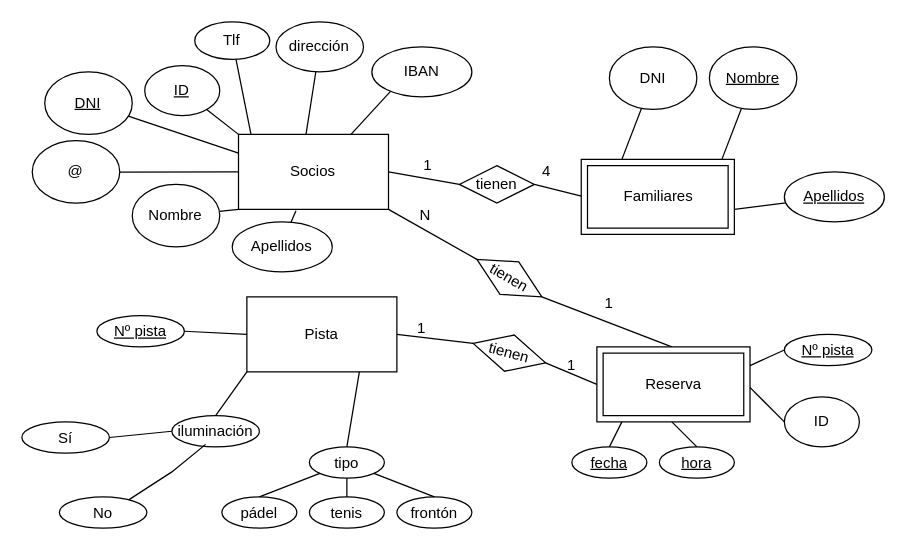
Above: Diagrama sin título.drawio in jobenmar/SolucionEjercic (draw.io), before the change. Source tidied: cells renumbered, new cells numbered last; positions are measured from the earlier drawing's top-left corner, leaving out a move shared by most shapes. Both pictures are drawn from the tidied source at 125%, with x=0, y=0 at pixel (21, 21).
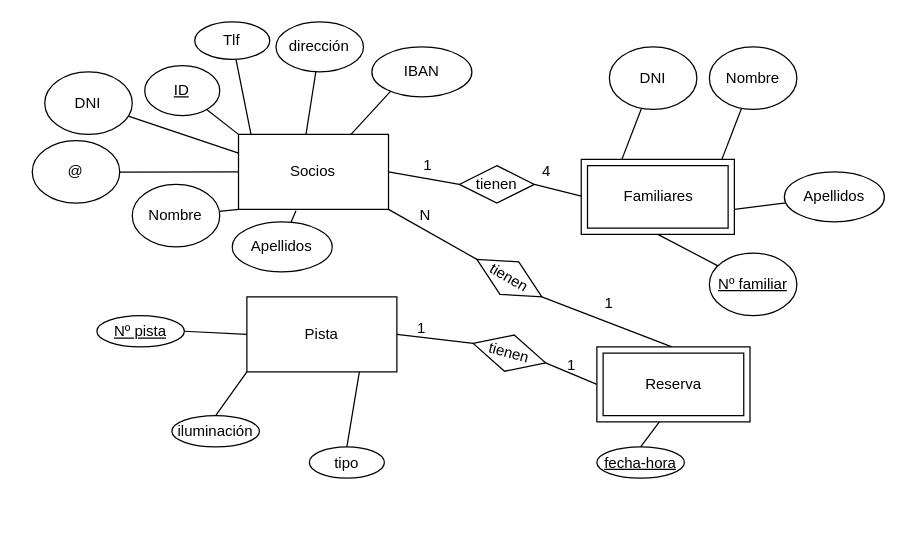
After the change.

Unchanged cells that the change refers to:
```xml
<mxCell id="28" value="tipo" style="ellipse;whiteSpace=wrap;html=1;" parent="1" vertex="1">
  <mxGeometry x="230" y="340" width="60" height="25" as="geometry" />
</mxCell>
<mxCell id="29" value="iluminación" style="ellipse;whiteSpace=wrap;html=1;" parent="1" vertex="1">
  <mxGeometry x="120" y="315" width="70" height="25" as="geometry" />
</mxCell>
<mxCell id="53" value="Familiares" style="shape=ext;margin=3;double=1;whiteSpace=wrap;html=1;align=center;" parent="1" vertex="1">
  <mxGeometry x="447.5" y="110" width="122.5" height="60" as="geometry" />
</mxCell>
<mxCell id="54" value="Reserva" style="shape=ext;margin=3;double=1;whiteSpace=wrap;html=1;align=center;" parent="1" vertex="1">
  <mxGeometry x="460" y="260" width="122.5" height="60" as="geometry" />
</mxCell>
```

Change to the diagram source:
```diff
@@
-    <mxCell id="13" value="&lt;u&gt;DNI&lt;/u&gt;" style="ellipse;whiteSpace=wrap;html=1;" parent="1" vertex="1">
+    <mxCell id="13" value="DNI" style="ellipse;whiteSpace=wrap;html=1;" parent="1" vertex="1">
       <mxGeometry x="18.3" y="40" width="70" height="50" as="geometry" />
     </mxCell>
@@
-    <mxCell id="17" value="&lt;u&gt;Nombre&lt;/u&gt;" style="ellipse;whiteSpace=wrap;html=1;" parent="1" vertex="1">
+    <mxCell id="17" value="Nombre" style="ellipse;whiteSpace=wrap;html=1;" parent="1" vertex="1">
       <mxGeometry x="550" y="20" width="70" height="50" as="geometry" />
     </mxCell>
@@
-    <mxCell id="21" value="&lt;u&gt;Apellidos&lt;/u&gt;" style="ellipse;whiteSpace=wrap;html=1;" parent="1" vertex="1">
+    <mxCell id="21" value="Apellidos" style="ellipse;whiteSpace=wrap;html=1;" parent="1" vertex="1">
       <mxGeometry x="610" y="120" width="80" height="40" as="geometry" />
     </mxCell>
@@
-    <mxCell id="35" value="&lt;u&gt;fecha&lt;/u&gt;" style="ellipse;whiteSpace=wrap;html=1;" parent="1" vertex="1">
-      <mxGeometry x="440" y="340" width="60" height="25" as="geometry" />
+    <mxCell id="35" value="&lt;u&gt;fecha-hora&lt;/u&gt;" style="ellipse;whiteSpace=wrap;html=1;" parent="1" vertex="1">
+      <mxGeometry x="460" y="340" width="70" height="25" as="geometry" />
     </mxCell>
-    <mxCell id="36" value="&lt;u&gt;hora&lt;/u&gt;" style="ellipse;whiteSpace=wrap;html=1;" parent="1" vertex="1">
-      <mxGeometry x="510" y="340" width="60" height="25" as="geometry" />
-    </mxCell>
-    <mxCell id="37" value="pádel" style="ellipse;whiteSpace=wrap;html=1;" parent="1" vertex="1">
-      <mxGeometry x="160" y="380" width="60" height="25" as="geometry" />
-    </mxCell>
-    <mxCell id="38" value="tenis" style="ellipse;whiteSpace=wrap;html=1;" parent="1" vertex="1">
-      <mxGeometry x="230" y="380" width="60" height="25" as="geometry" />
-    </mxCell>
-    <mxCell id="39" value="frontón" style="ellipse;whiteSpace=wrap;html=1;" parent="1" vertex="1">
-      <mxGeometry x="300" y="380" width="60" height="25" as="geometry" />
-    </mxCell>
-    <mxCell id="40" style="endArrow=none;html=1;rounded=0;entryX=0.5;entryY=0;entryDx=0;entryDy=0;exitX=0;exitY=1;exitDx=0;exitDy=0;" parent="1" edge="1" source="28" target="37">
-      <mxGeometry relative="1" as="geometry" />
-    </mxCell>
-    <mxCell id="41" style="endArrow=none;html=1;rounded=0;entryX=0.5;entryY=0;entryDx=0;entryDy=0;exitX=0.5;exitY=1;exitDx=0;exitDy=0;" parent="1" edge="1" source="28" target="38">
-      <mxGeometry relative="1" as="geometry" />
-    </mxCell>
-    <mxCell id="42" style="endArrow=none;html=1;rounded=0;entryX=0.5;entryY=0;entryDx=0;entryDy=0;exitX=1;exitY=1;exitDx=0;exitDy=0;" parent="1" edge="1" source="28" target="39">
-      <mxGeometry relative="1" as="geometry" />
-    </mxCell>
-    <mxCell id="43" style="endArrow=none;html=1;rounded=0;entryX=0.386;entryY=0.92;entryDx=0;entryDy=0;entryPerimeter=0;exitX=0.757;exitY=0.16;exitDx=0;exitDy=0;exitPerimeter=0;" parent="1" edge="1" source="46" target="29">
-      <mxGeometry relative="1" as="geometry">
-        <Array as="points">
-          <mxPoint x="120" y="360" />
-        </Array>
-      </mxGeometry>
-    </mxCell>
-    <mxCell id="44" style="endArrow=none;html=1;rounded=0;entryX=0;entryY=0.5;entryDx=0;entryDy=0;exitX=1;exitY=0.5;exitDx=0;exitDy=0;" parent="1" edge="1" source="45" target="29">
-      <mxGeometry relative="1" as="geometry" />
-    </mxCell>
-    <mxCell id="45" value="Sí" style="ellipse;whiteSpace=wrap;html=1;" parent="1" vertex="1">
-      <mxGeometry y="320" width="70" height="25" as="geometry" />
-    </mxCell>
-    <mxCell id="46" value="No" style="ellipse;whiteSpace=wrap;html=1;" parent="1" vertex="1">
-      <mxGeometry x="30" y="380" width="70" height="25" as="geometry" />
-    </mxCell>
@@
     <mxCell id="49" style="endArrow=none;html=1;rounded=0;entryX=0.5;entryY=0;entryDx=0;entryDy=0;" parent="1" edge="1" target="35">
       <mxGeometry relative="1" as="geometry">
-        <mxPoint x="480" y="320" as="sourcePoint" />
+        <mxPoint x="510" y="320" as="sourcePoint" />
       </mxGeometry>
     </mxCell>
-    <mxCell id="50" style="endArrow=none;html=1;rounded=0;entryX=0.5;entryY=1;entryDx=0;entryDy=0;exitX=0.5;exitY=0;exitDx=0;exitDy=0;" parent="1" edge="1" source="36">
-      <mxGeometry relative="1" as="geometry">
-        <mxPoint x="520" y="320" as="targetPoint" />
-      </mxGeometry>
-    </mxCell>
-    <mxCell id="51" value="ID" style="ellipse;whiteSpace=wrap;html=1;" parent="1" vertex="1">
-      <mxGeometry x="610" y="300" width="60" height="40" as="geometry" />
-    </mxCell>
-    <mxCell id="52" style="endArrow=none;html=1;rounded=0;entryX=0;entryY=0.5;entryDx=0;entryDy=0;exitX=1;exitY=0.5;exitDx=0;exitDy=0;" parent="1" edge="1" target="51">
-      <mxGeometry relative="1" as="geometry">
-        <mxPoint x="580" y="290" as="sourcePoint" />
-      </mxGeometry>
-    </mxCell>
@@
-    <mxCell id="55" value="&lt;u&gt;Nº pista&lt;/u&gt;" style="ellipse;whiteSpace=wrap;html=1;" parent="1" vertex="1">
-      <mxGeometry x="610" y="250" width="70" height="25" as="geometry" />
-    </mxCell>
-    <mxCell id="56" style="endArrow=none;html=1;rounded=0;entryX=0;entryY=0.5;entryDx=0;entryDy=0;exitX=1;exitY=0.25;exitDx=0;exitDy=0;" parent="1" edge="1" source="54" target="55">
-      <mxGeometry relative="1" as="geometry" />
-    </mxCell>
@@
+    <mxCell id="67" style="endArrow=none;html=1;rounded=0;exitX=0.5;exitY=1;exitDx=0;exitDy=0;" parent="1" edge="1" source="53" target="68">
+      <mxGeometry relative="1" as="geometry" />
+    </mxCell>
+    <mxCell id="68" value="&lt;u&gt;Nº familiar&lt;/u&gt;" style="ellipse;whiteSpace=wrap;html=1;" parent="1" vertex="1">
+      <mxGeometry x="550" y="185" width="70" height="50" as="geometry" />
+    </mxCell>
```
